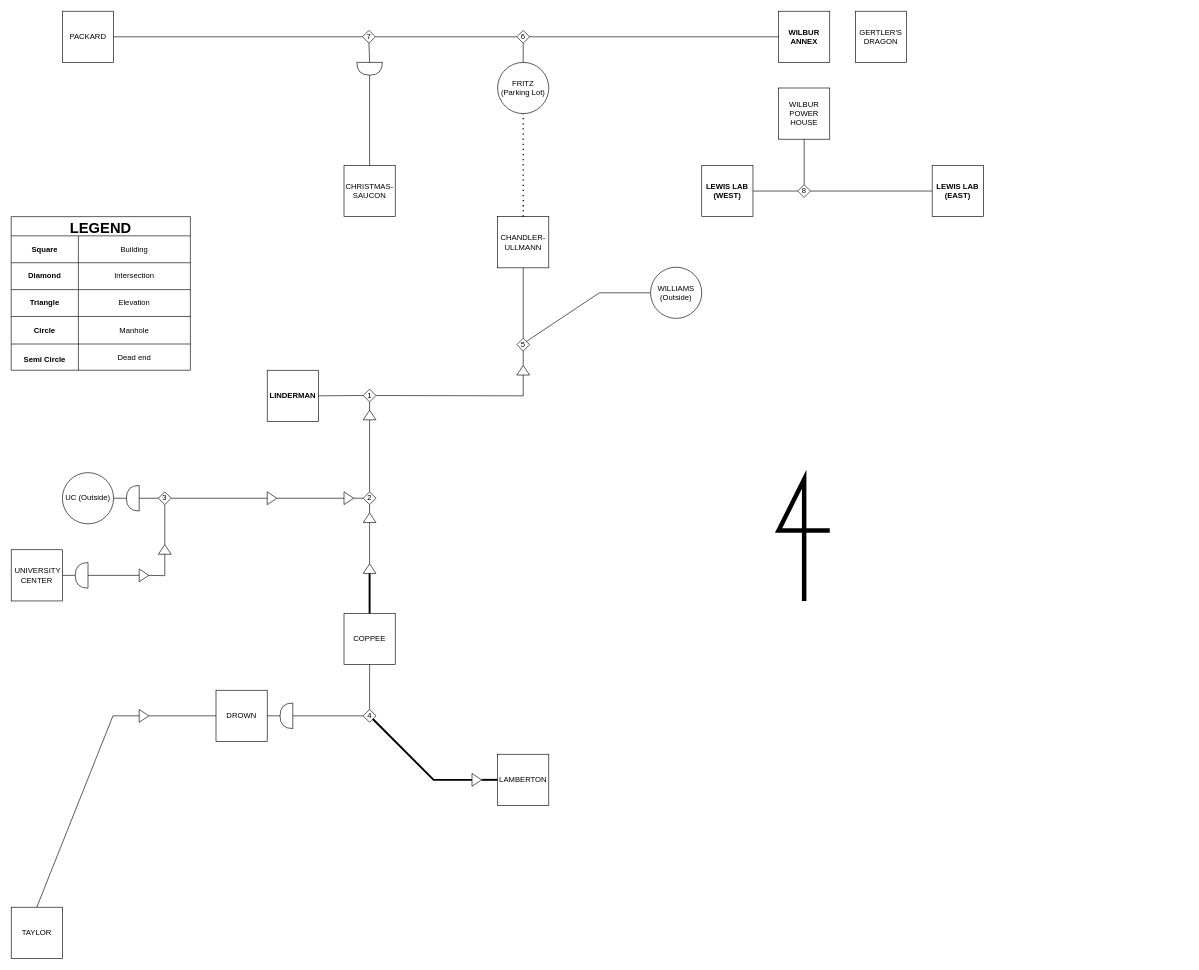
This is diagram.drawio from shun-ueda/lehigh-stream-tunnel, a draw.io file, before an edit. Source tidied: cells renumbered, new cells numbered last; positions are measured from the earlier drawing's top-left corner, leaving out a move shared by most shapes. Both pictures are drawn from the tidied source at 64%, with x=0, y=0 at pixel (11, 11).
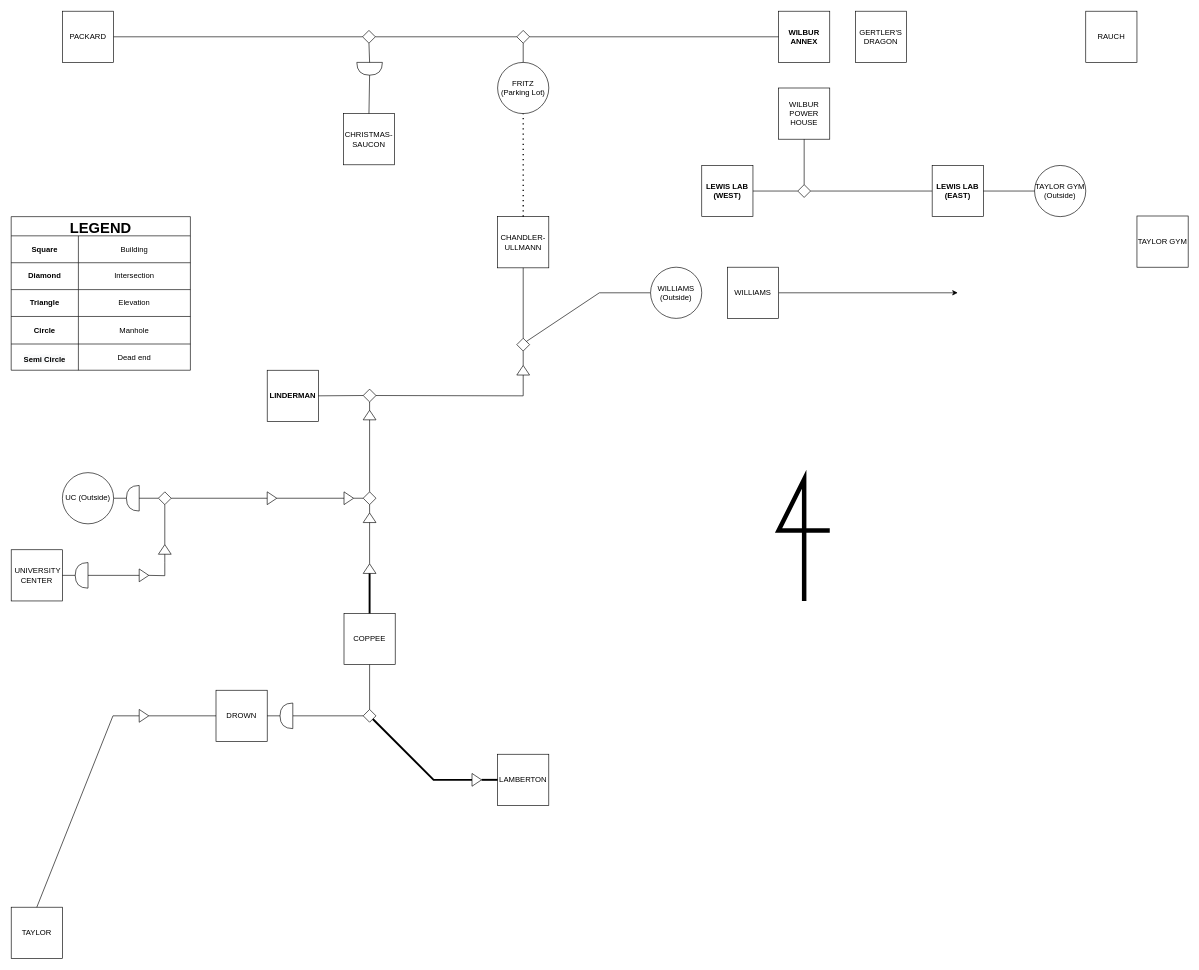
The same page after the edit.

Unchanged cells that the change refers to:
```xml
<mxCell id="87" value="LEWIS LAB (EAST)" style="rounded=0;whiteSpace=wrap;html=1;fontStyle=1;" parent="1" vertex="1">
  <mxGeometry x="1439" y="241" width="80" height="80" as="geometry" />
</mxCell>
```

Change to the diagram source:
```diff
@@
-    <mxCell id="3" value="1" style="rhombus;whiteSpace=wrap;html=1;" parent="1" vertex="1">
+    <mxCell id="3" style="rhombus;whiteSpace=wrap;html=1;" parent="1" vertex="1">
       <mxGeometry x="550" y="590.5" width="20" height="20" as="geometry" />
     </mxCell>
@@
-    <mxCell id="8" value="2" style="rhombus;whiteSpace=wrap;html=1;" parent="1" vertex="1">
+    <mxCell id="8" style="rhombus;whiteSpace=wrap;html=1;" parent="1" vertex="1">
       <mxGeometry x="550" y="751" width="20" height="20" as="geometry" />
     </mxCell>
@@
-    <mxCell id="15" value="3" style="rhombus;whiteSpace=wrap;html=1;" parent="1" vertex="1">
+    <mxCell id="15" style="rhombus;whiteSpace=wrap;html=1;" parent="1" vertex="1">
       <mxGeometry x="230" y="751" width="20" height="20" as="geometry" />
     </mxCell>
@@
-    <mxCell id="47" value="4" style="rhombus;whiteSpace=wrap;html=1;" parent="1" vertex="1">
+    <mxCell id="47" style="rhombus;whiteSpace=wrap;html=1;" parent="1" vertex="1">
       <mxGeometry x="550" y="1091" width="20" height="20" as="geometry" />
     </mxCell>
@@
-    <mxCell id="58" value="5" style="rhombus;whiteSpace=wrap;html=1;" parent="1" vertex="1">
+    <mxCell id="58" style="rhombus;whiteSpace=wrap;html=1;" parent="1" vertex="1">
       <mxGeometry x="790" y="511" width="20" height="20" as="geometry" />
     </mxCell>
@@
-    <mxCell id="68" value="6" style="rhombus;whiteSpace=wrap;html=1;" parent="1" vertex="1">
+    <mxCell id="68" style="rhombus;whiteSpace=wrap;html=1;" parent="1" vertex="1">
       <mxGeometry x="790" y="30" width="20" height="20" as="geometry" />
     </mxCell>
@@
     <mxCell id="73" value="CHRISTMAS-SAUCON" style="rounded=0;whiteSpace=wrap;html=1;" parent="1" vertex="1">
-      <mxGeometry x="520" y="241" width="80" height="80" as="geometry" />
+      <mxGeometry x="519" y="160" width="80" height="80" as="geometry" />
     </mxCell>
@@
-    <mxCell id="75" value="7" style="rhombus;whiteSpace=wrap;html=1;" parent="1" vertex="1">
+    <mxCell id="75" style="rhombus;whiteSpace=wrap;html=1;" parent="1" vertex="1">
       <mxGeometry x="549" y="30" width="20" height="20" as="geometry" />
     </mxCell>
@@
-    <mxCell id="89" value="8" style="rhombus;whiteSpace=wrap;html=1;" parent="1" vertex="1">
+    <mxCell id="89" style="rhombus;whiteSpace=wrap;html=1;" parent="1" vertex="1">
       <mxGeometry x="1229" y="271" width="20" height="20" as="geometry" />
     </mxCell>
@@
+    <mxCell id="94" value="TAYLOR GYM&lt;br&gt;(Outside)" style="ellipse;whiteSpace=wrap;html=1;" parent="1" vertex="1">
+      <mxGeometry x="1599" y="241" width="80" height="80" as="geometry" />
+    </mxCell>
+    <mxCell id="95" style="endArrow=none;html=1;rounded=0;exitX=1;exitY=0.5;exitDx=0;exitDy=0;entryX=0;entryY=0.5;entryDx=0;entryDy=0;" parent="1" edge="1" source="87" target="94">
+      <mxGeometry relative="1" as="geometry" />
+    </mxCell>
+    <mxCell id="96" value="&lt;span style=&quot;font-weight: normal;&quot;&gt;RAUCH&lt;/span&gt;" style="rounded=0;whiteSpace=wrap;html=1;fontStyle=1;" parent="1" vertex="1">
+      <mxGeometry x="1679" width="80" height="80" as="geometry" />
+    </mxCell>
+    <mxCell id="97" style="endArrow=classic;html=1;rounded=0;exitX=1;exitY=0.5;exitDx=0;exitDy=0;" parent="1" edge="1" source="98">
+      <mxGeometry relative="1" as="geometry">
+        <mxPoint x="1479" y="440" as="targetPoint" />
+      </mxGeometry>
+    </mxCell>
+    <mxCell id="98" value="&lt;span style=&quot;font-weight: normal;&quot;&gt;WILLIAMS&lt;/span&gt;" style="rounded=0;whiteSpace=wrap;html=1;fontStyle=1;" parent="1" vertex="1">
+      <mxGeometry x="1119" y="400" width="80" height="80" as="geometry" />
+    </mxCell>
+    <mxCell id="99" value="&lt;span style=&quot;font-weight: normal;&quot;&gt;TAYLOR GYM&lt;/span&gt;" style="rounded=0;whiteSpace=wrap;html=1;fontStyle=1;" parent="1" vertex="1">
+      <mxGeometry x="1759" y="320" width="80" height="80" as="geometry" />
+    </mxCell>
```
